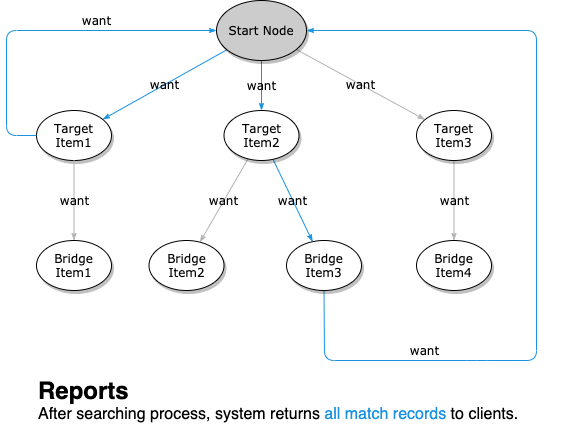
Earlier version of the draw.io export public/images/report.png (ElvinCTW/personalProject). Source tidied: cells renumbered, new cells last; positions are measured from the earlier drawing's top-left corner, leaving out a move shared by most shapes. Source of this version:
```xml
<mxGraphModel>
  <root>
    <mxCell id="0" />
    <mxCell id="1" parent="0" />
    <mxCell id="2" value="want" style="edgeStyle=none;rounded=1;html=1;labelBackgroundColor=none;startArrow=none;startFill=0;startSize=5;endArrow=classicThin;endFill=1;endSize=5;jettySize=auto;strokeColor=#1992E2;strokeWidth=1;fontFamily=Verdana;fontSize=12;" parent="1" edge="1" source="5" target="8">
      <mxGeometry relative="1" as="geometry" />
    </mxCell>
    <mxCell id="3" value="want" style="edgeStyle=none;rounded=1;html=1;labelBackgroundColor=none;startArrow=none;startFill=0;startSize=5;endArrow=classicThin;endFill=1;endSize=5;jettySize=auto;strokeColor=#1992E2;strokeWidth=1;fontFamily=Verdana;fontSize=12;" parent="1" edge="1" source="5" target="15">
      <mxGeometry relative="1" as="geometry" />
    </mxCell>
    <mxCell id="4" value="want" style="edgeStyle=none;rounded=1;html=1;labelBackgroundColor=none;startArrow=none;startFill=0;startSize=5;endArrow=classicThin;endFill=1;endSize=5;jettySize=auto;strokeColor=#B3B3B3;strokeWidth=1;fontFamily=Verdana;fontSize=12;" parent="1" edge="1" source="5" target="10">
      <mxGeometry relative="1" as="geometry" />
    </mxCell>
    <mxCell id="5" value="Start Node" style="ellipse;whiteSpace=wrap;html=1;rounded=0;shadow=1;comic=0;labelBackgroundColor=none;strokeWidth=1;fontFamily=Verdana;fontSize=12;align=center;fillColor=#CCCCCC;" parent="1" vertex="1">
      <mxGeometry x="210" width="90" height="60" as="geometry" />
    </mxCell>
    <mxCell id="6" value="want" style="edgeStyle=none;rounded=1;html=1;labelBackgroundColor=none;startArrow=none;startFill=0;startSize=5;endArrow=classicThin;endFill=1;endSize=5;jettySize=auto;strokeColor=#B3B3B3;strokeWidth=1;fontFamily=Verdana;fontSize=12;" parent="1" edge="1" source="8" target="14">
      <mxGeometry relative="1" as="geometry" />
    </mxCell>
    <mxCell id="7" value="want" style="edgeStyle=none;rounded=1;html=1;labelBackgroundColor=none;startArrow=none;startFill=0;startSize=5;endArrow=classicThin;endFill=1;endSize=5;jettySize=auto;strokeColor=#1992E2;strokeWidth=1;fontFamily=Verdana;fontSize=12;" parent="1" edge="1" source="8" target="13">
      <mxGeometry relative="1" as="geometry" />
    </mxCell>
    <mxCell id="8" value="&lt;span&gt;Target&lt;br&gt;Item2&lt;br&gt;&lt;/span&gt;" style="ellipse;whiteSpace=wrap;html=1;rounded=0;shadow=1;comic=0;labelBackgroundColor=none;strokeWidth=1;fontFamily=Verdana;fontSize=12;align=center;" parent="1" vertex="1">
      <mxGeometry x="217.5" y="110" width="75" height="50" as="geometry" />
    </mxCell>
    <mxCell id="9" value="want" style="edgeStyle=none;rounded=1;html=1;labelBackgroundColor=none;startArrow=none;startFill=0;startSize=5;endArrow=classicThin;endFill=1;endSize=5;jettySize=auto;strokeColor=#B3B3B3;strokeWidth=1;fontFamily=Verdana;fontSize=12;" parent="1" edge="1" source="10" target="12">
      <mxGeometry relative="1" as="geometry" />
    </mxCell>
    <mxCell id="10" value="&lt;span&gt;Target&lt;br&gt;Item3&lt;br&gt;&lt;/span&gt;" style="ellipse;whiteSpace=wrap;html=1;rounded=0;shadow=1;comic=0;labelBackgroundColor=none;strokeWidth=1;fontFamily=Verdana;fontSize=12;align=center;" parent="1" vertex="1">
      <mxGeometry x="410" y="110" width="75" height="50" as="geometry" />
    </mxCell>
    <mxCell id="11" value="want" style="edgeStyle=none;rounded=1;html=1;labelBackgroundColor=none;startArrow=none;startFill=0;startSize=5;endArrow=classicThin;endFill=1;endSize=5;jettySize=auto;strokeColor=#1992E2;strokeWidth=1;fontFamily=Verdana;fontSize=12;exitX=0.5;exitY=1;exitDx=0;exitDy=0;entryX=1;entryY=0.5;entryDx=0;entryDy=0;" parent="1" edge="1" source="13" target="5">
      <mxGeometry x="-0.6" y="10" relative="1" as="geometry">
        <Array as="points">
          <mxPoint x="318" y="360" />
          <mxPoint x="470" y="360" />
          <mxPoint x="530" y="360" />
          <mxPoint x="530" y="30" />
        </Array>
      </mxGeometry>
    </mxCell>
    <mxCell id="12" value="&lt;span&gt;Bridge&lt;br&gt;Item4&lt;br&gt;&lt;/span&gt;" style="ellipse;whiteSpace=wrap;html=1;rounded=0;shadow=1;comic=0;labelBackgroundColor=none;strokeWidth=1;fontFamily=Verdana;fontSize=12;align=center;" parent="1" vertex="1">
      <mxGeometry x="410" y="240" width="75" height="50" as="geometry" />
    </mxCell>
    <mxCell id="13" value="&lt;span&gt;Bridge&lt;br&gt;Item3&lt;br&gt;&lt;/span&gt;" style="ellipse;whiteSpace=wrap;html=1;rounded=0;shadow=1;comic=0;labelBackgroundColor=none;strokeWidth=1;fontFamily=Verdana;fontSize=12;align=center;" parent="1" vertex="1">
      <mxGeometry x="280" y="240" width="75" height="50" as="geometry" />
    </mxCell>
    <mxCell id="14" value="&lt;span&gt;Bridge&lt;br&gt;Item2&lt;br&gt;&lt;/span&gt;" style="ellipse;whiteSpace=wrap;html=1;rounded=0;shadow=1;comic=0;labelBackgroundColor=none;strokeWidth=1;fontFamily=Verdana;fontSize=12;align=center;" parent="1" vertex="1">
      <mxGeometry x="142.5" y="240" width="75" height="50" as="geometry" />
    </mxCell>
    <mxCell id="15" value="Target&lt;br&gt;Item1" style="ellipse;whiteSpace=wrap;html=1;rounded=0;shadow=1;comic=0;labelBackgroundColor=none;strokeWidth=1;fontFamily=Verdana;fontSize=12;align=center;" parent="1" vertex="1">
      <mxGeometry x="30" y="110" width="75" height="50" as="geometry" />
    </mxCell>
    <mxCell id="16" value="want" style="edgeStyle=none;rounded=1;html=1;labelBackgroundColor=none;startArrow=none;startFill=0;startSize=5;endArrow=classicThin;endFill=1;endSize=5;jettySize=auto;strokeColor=#1992E2;strokeWidth=1;fontFamily=Verdana;fontSize=12;exitX=0;exitY=0.5;exitDx=0;exitDy=0;entryX=0;entryY=0.5;entryDx=0;entryDy=0;" parent="1" edge="1" source="15" target="5">
      <mxGeometry x="0.3" y="10" relative="1" as="geometry">
        <Array as="points">
          <mxPoint y="135" />
          <mxPoint y="30" />
        </Array>
      </mxGeometry>
    </mxCell>
    <mxCell id="17" value="&lt;span&gt;Bridge&lt;br&gt;Item1&lt;br&gt;&lt;/span&gt;" style="ellipse;whiteSpace=wrap;html=1;rounded=0;shadow=1;comic=0;labelBackgroundColor=none;strokeWidth=1;fontFamily=Verdana;fontSize=12;align=center;" parent="1" vertex="1">
      <mxGeometry x="30" y="240" width="75" height="50" as="geometry" />
    </mxCell>
    <mxCell id="18" value="want" style="edgeStyle=none;rounded=1;html=1;labelBackgroundColor=none;startArrow=none;startFill=0;startSize=5;endArrow=classicThin;endFill=1;endSize=5;jettySize=auto;strokeColor=#B3B3B3;strokeWidth=1;fontFamily=Verdana;fontSize=12;" parent="1" edge="1" source="15" target="17">
      <mxGeometry relative="1" as="geometry" />
    </mxCell>
    <mxCell id="19" value="&lt;font style=&quot;font-size: 24px&quot;&gt;&lt;b&gt;Reports&lt;/b&gt;&lt;/font&gt;&lt;br&gt;&lt;font style=&quot;font-size: 16px&quot;&gt;After searching process, system returns &lt;font color=&quot;#1992e2&quot;&gt;all match records&lt;/font&gt; to clients.&lt;/font&gt;" style="text;html=1;strokeColor=none;fillColor=none;align=left;verticalAlign=middle;whiteSpace=wrap;rounded=0;" parent="1" vertex="1">
      <mxGeometry x="30" y="390" width="540" height="20" as="geometry" />
    </mxCell>
  </root>
</mxGraphModel>
```
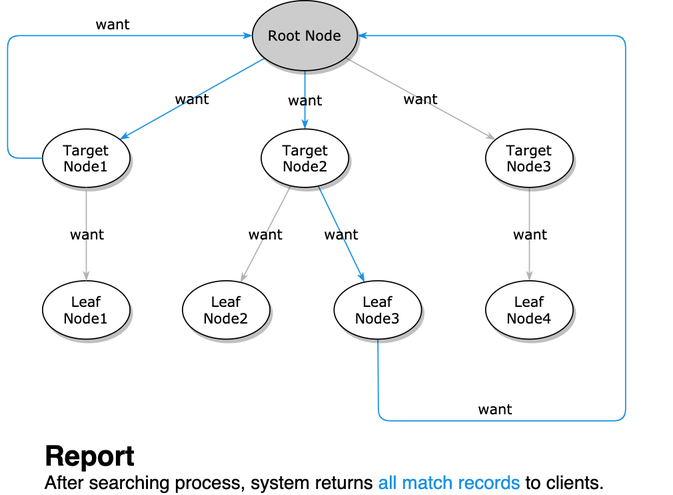
After the change.

The edit, as a diff of the source:
```diff
@@ -11,7 +11,7 @@
     <mxCell id="4" value="want" style="edgeStyle=none;rounded=1;html=1;labelBackgroundColor=none;startArrow=none;startFill=0;startSize=5;endArrow=classicThin;endFill=1;endSize=5;jettySize=auto;strokeColor=#B3B3B3;strokeWidth=1;fontFamily=Verdana;fontSize=12;" parent="1" edge="1" source="5" target="10">
       <mxGeometry relative="1" as="geometry" />
     </mxCell>
-    <mxCell id="5" value="Start Node" style="ellipse;whiteSpace=wrap;html=1;rounded=0;shadow=1;comic=0;labelBackgroundColor=none;strokeWidth=1;fontFamily=Verdana;fontSize=12;align=center;fillColor=#CCCCCC;" parent="1" vertex="1">
+    <mxCell id="5" value="Root Node" style="ellipse;whiteSpace=wrap;html=1;rounded=0;shadow=1;comic=0;labelBackgroundColor=none;strokeWidth=1;fontFamily=Verdana;fontSize=12;align=center;fillColor=#CCCCCC;" parent="1" vertex="1">
       <mxGeometry x="210" width="90" height="60" as="geometry" />
     </mxCell>
     <mxCell id="6" value="want" style="edgeStyle=none;rounded=1;html=1;labelBackgroundColor=none;startArrow=none;startFill=0;startSize=5;endArrow=classicThin;endFill=1;endSize=5;jettySize=auto;strokeColor=#B3B3B3;strokeWidth=1;fontFamily=Verdana;fontSize=12;" parent="1" edge="1" source="8" target="14">
@@ -20,13 +20,13 @@
     <mxCell id="7" value="want" style="edgeStyle=none;rounded=1;html=1;labelBackgroundColor=none;startArrow=none;startFill=0;startSize=5;endArrow=classicThin;endFill=1;endSize=5;jettySize=auto;strokeColor=#1992E2;strokeWidth=1;fontFamily=Verdana;fontSize=12;" parent="1" edge="1" source="8" target="13">
       <mxGeometry relative="1" as="geometry" />
     </mxCell>
-    <mxCell id="8" value="&lt;span&gt;Target&lt;br&gt;Item2&lt;br&gt;&lt;/span&gt;" style="ellipse;whiteSpace=wrap;html=1;rounded=0;shadow=1;comic=0;labelBackgroundColor=none;strokeWidth=1;fontFamily=Verdana;fontSize=12;align=center;" parent="1" vertex="1">
+    <mxCell id="8" value="&lt;span&gt;Target&lt;br&gt;Node2&lt;br&gt;&lt;/span&gt;" style="ellipse;whiteSpace=wrap;html=1;rounded=0;shadow=1;comic=0;labelBackgroundColor=none;strokeWidth=1;fontFamily=Verdana;fontSize=12;align=center;" parent="1" vertex="1">
       <mxGeometry x="217.5" y="110" width="75" height="50" as="geometry" />
     </mxCell>
     <mxCell id="9" value="want" style="edgeStyle=none;rounded=1;html=1;labelBackgroundColor=none;startArrow=none;startFill=0;startSize=5;endArrow=classicThin;endFill=1;endSize=5;jettySize=auto;strokeColor=#B3B3B3;strokeWidth=1;fontFamily=Verdana;fontSize=12;" parent="1" edge="1" source="10" target="12">
       <mxGeometry relative="1" as="geometry" />
     </mxCell>
-    <mxCell id="10" value="&lt;span&gt;Target&lt;br&gt;Item3&lt;br&gt;&lt;/span&gt;" style="ellipse;whiteSpace=wrap;html=1;rounded=0;shadow=1;comic=0;labelBackgroundColor=none;strokeWidth=1;fontFamily=Verdana;fontSize=12;align=center;" parent="1" vertex="1">
+    <mxCell id="10" value="&lt;span&gt;Target&lt;br&gt;Node3&lt;br&gt;&lt;/span&gt;" style="ellipse;whiteSpace=wrap;html=1;rounded=0;shadow=1;comic=0;labelBackgroundColor=none;strokeWidth=1;fontFamily=Verdana;fontSize=12;align=center;" parent="1" vertex="1">
       <mxGeometry x="410" y="110" width="75" height="50" as="geometry" />
     </mxCell>
     <mxCell id="11" value="want" style="edgeStyle=none;rounded=1;html=1;labelBackgroundColor=none;startArrow=none;startFill=0;startSize=5;endArrow=classicThin;endFill=1;endSize=5;jettySize=auto;strokeColor=#1992E2;strokeWidth=1;fontFamily=Verdana;fontSize=12;exitX=0.5;exitY=1;exitDx=0;exitDy=0;entryX=1;entryY=0.5;entryDx=0;entryDy=0;" parent="1" edge="1" source="13" target="5">
@@ -39,16 +39,16 @@
         </Array>
       </mxGeometry>
     </mxCell>
-    <mxCell id="12" value="&lt;span&gt;Bridge&lt;br&gt;Item4&lt;br&gt;&lt;/span&gt;" style="ellipse;whiteSpace=wrap;html=1;rounded=0;shadow=1;comic=0;labelBackgroundColor=none;strokeWidth=1;fontFamily=Verdana;fontSize=12;align=center;" parent="1" vertex="1">
+    <mxCell id="12" value="&lt;span&gt;Leaf&lt;br&gt;Node4&lt;br&gt;&lt;/span&gt;" style="ellipse;whiteSpace=wrap;html=1;rounded=0;shadow=1;comic=0;labelBackgroundColor=none;strokeWidth=1;fontFamily=Verdana;fontSize=12;align=center;" parent="1" vertex="1">
       <mxGeometry x="410" y="240" width="75" height="50" as="geometry" />
     </mxCell>
-    <mxCell id="13" value="&lt;span&gt;Bridge&lt;br&gt;Item3&lt;br&gt;&lt;/span&gt;" style="ellipse;whiteSpace=wrap;html=1;rounded=0;shadow=1;comic=0;labelBackgroundColor=none;strokeWidth=1;fontFamily=Verdana;fontSize=12;align=center;" parent="1" vertex="1">
+    <mxCell id="13" value="&lt;span&gt;Leaf&lt;br&gt;Node3&lt;br&gt;&lt;/span&gt;" style="ellipse;whiteSpace=wrap;html=1;rounded=0;shadow=1;comic=0;labelBackgroundColor=none;strokeWidth=1;fontFamily=Verdana;fontSize=12;align=center;" parent="1" vertex="1">
       <mxGeometry x="280" y="240" width="75" height="50" as="geometry" />
     </mxCell>
-    <mxCell id="14" value="&lt;span&gt;Bridge&lt;br&gt;Item2&lt;br&gt;&lt;/span&gt;" style="ellipse;whiteSpace=wrap;html=1;rounded=0;shadow=1;comic=0;labelBackgroundColor=none;strokeWidth=1;fontFamily=Verdana;fontSize=12;align=center;" parent="1" vertex="1">
-      <mxGeometry x="142.5" y="240" width="75" height="50" as="geometry" />
+    <mxCell id="14" value="&lt;span&gt;Leaf&lt;br&gt;Node2&lt;br&gt;&lt;/span&gt;" style="ellipse;whiteSpace=wrap;html=1;rounded=0;shadow=1;comic=0;labelBackgroundColor=none;strokeWidth=1;fontFamily=Verdana;fontSize=12;align=center;" parent="1" vertex="1">
+      <mxGeometry x="150" y="240" width="75" height="50" as="geometry" />
     </mxCell>
-    <mxCell id="15" value="Target&lt;br&gt;Item1" style="ellipse;whiteSpace=wrap;html=1;rounded=0;shadow=1;comic=0;labelBackgroundColor=none;strokeWidth=1;fontFamily=Verdana;fontSize=12;align=center;" parent="1" vertex="1">
+    <mxCell id="15" value="Target&lt;br&gt;Node1" style="ellipse;whiteSpace=wrap;html=1;rounded=0;shadow=1;comic=0;labelBackgroundColor=none;strokeWidth=1;fontFamily=Verdana;fontSize=12;align=center;" parent="1" vertex="1">
       <mxGeometry x="30" y="110" width="75" height="50" as="geometry" />
     </mxCell>
     <mxCell id="16" value="want" style="edgeStyle=none;rounded=1;html=1;labelBackgroundColor=none;startArrow=none;startFill=0;startSize=5;endArrow=classicThin;endFill=1;endSize=5;jettySize=auto;strokeColor=#1992E2;strokeWidth=1;fontFamily=Verdana;fontSize=12;exitX=0;exitY=0.5;exitDx=0;exitDy=0;entryX=0;entryY=0.5;entryDx=0;entryDy=0;" parent="1" edge="1" source="15" target="5">
@@ -59,13 +59,13 @@
         </Array>
       </mxGeometry>
     </mxCell>
-    <mxCell id="17" value="&lt;span&gt;Bridge&lt;br&gt;Item1&lt;br&gt;&lt;/span&gt;" style="ellipse;whiteSpace=wrap;html=1;rounded=0;shadow=1;comic=0;labelBackgroundColor=none;strokeWidth=1;fontFamily=Verdana;fontSize=12;align=center;" parent="1" vertex="1">
+    <mxCell id="17" value="&lt;span&gt;Leaf&lt;br&gt;Node1&lt;br&gt;&lt;/span&gt;" style="ellipse;whiteSpace=wrap;html=1;rounded=0;shadow=1;comic=0;labelBackgroundColor=none;strokeWidth=1;fontFamily=Verdana;fontSize=12;align=center;" parent="1" vertex="1">
       <mxGeometry x="30" y="240" width="75" height="50" as="geometry" />
     </mxCell>
     <mxCell id="18" value="want" style="edgeStyle=none;rounded=1;html=1;labelBackgroundColor=none;startArrow=none;startFill=0;startSize=5;endArrow=classicThin;endFill=1;endSize=5;jettySize=auto;strokeColor=#B3B3B3;strokeWidth=1;fontFamily=Verdana;fontSize=12;" parent="1" edge="1" source="15" target="17">
       <mxGeometry relative="1" as="geometry" />
     </mxCell>
-    <mxCell id="19" value="&lt;font style=&quot;font-size: 24px&quot;&gt;&lt;b&gt;Reports&lt;/b&gt;&lt;/font&gt;&lt;br&gt;&lt;font style=&quot;font-size: 16px&quot;&gt;After searching process, system returns &lt;font color=&quot;#1992e2&quot;&gt;all match records&lt;/font&gt; to clients.&lt;/font&gt;" style="text;html=1;strokeColor=none;fillColor=none;align=left;verticalAlign=middle;whiteSpace=wrap;rounded=0;" parent="1" vertex="1">
+    <mxCell id="19" value="&lt;font style=&quot;font-size: 24px&quot;&gt;&lt;b&gt;Report&lt;/b&gt;&lt;/font&gt;&lt;br&gt;&lt;font style=&quot;font-size: 16px&quot;&gt;After searching process, system returns &lt;font color=&quot;#1992e2&quot;&gt;all match records&lt;/font&gt; to clients.&lt;/font&gt;" style="text;html=1;strokeColor=none;fillColor=none;align=left;verticalAlign=middle;whiteSpace=wrap;rounded=0;" parent="1" vertex="1">
       <mxGeometry x="30" y="390" width="540" height="20" as="geometry" />
     </mxCell>
   </root>
```
